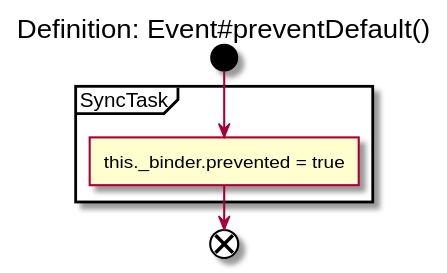
The PlantUML diagram _uml/svg/EventTargetAPI/Definition_Event.preventDefault.svg in imazzine/imazzine.github.io, before a commit.
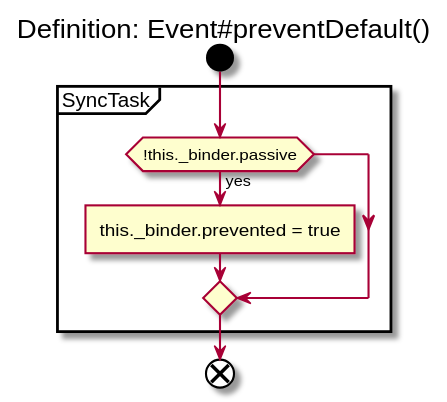
Later version of the same file.

Change to the diagram source:
```diff
@@ -3,7 +3,9 @@
 
     start
         partition SyncTask {
-            :this._binder.prevented = true]
+            if (!this._binder.passive) then (yes)
+                :this._binder.prevented = true]
+            endif
         }
     end
 @enduml
```
